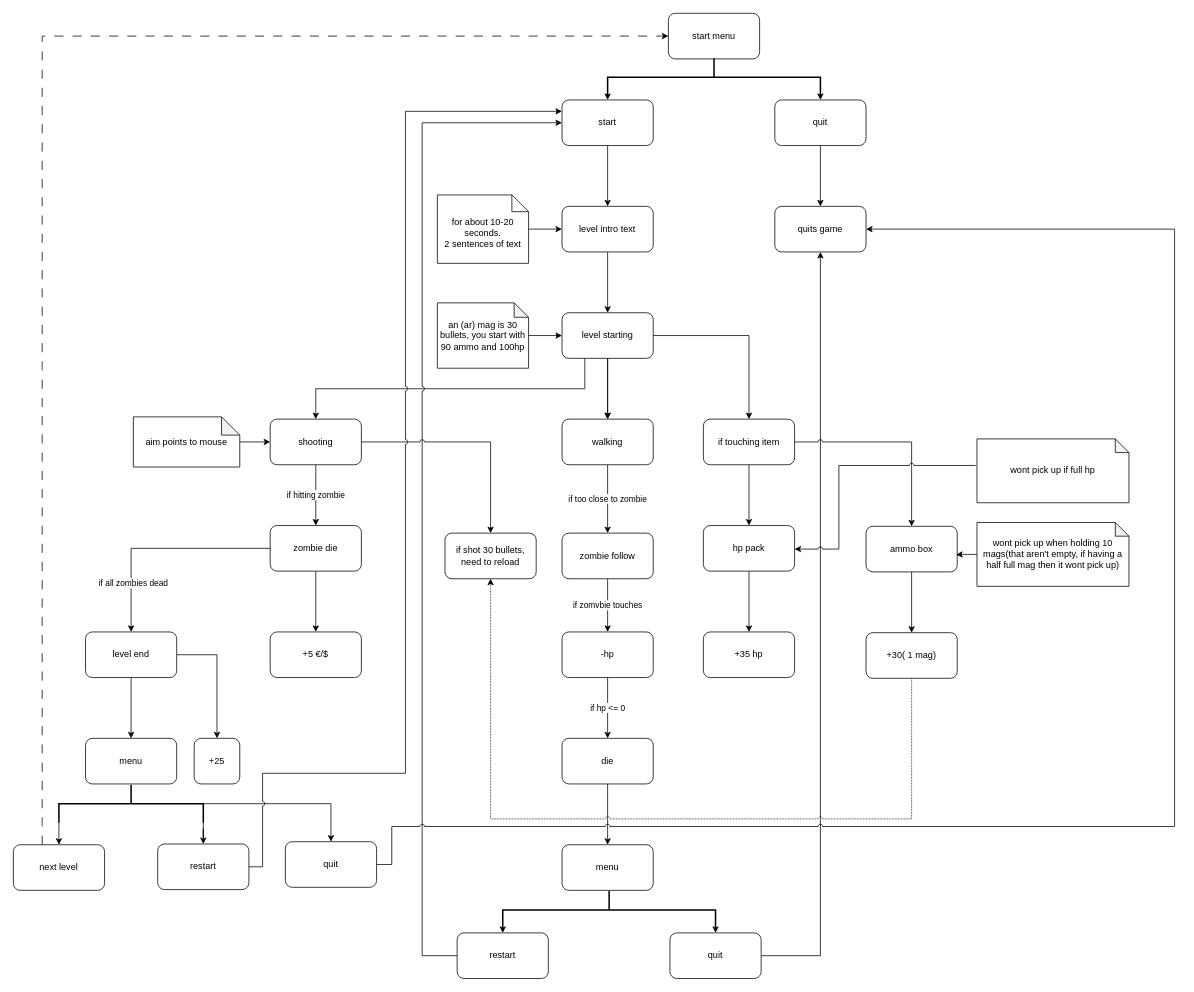
twin1nap/top-down-shooter keeps this draw.io diagram as flowchart.drawio. Above is the earlier version. Source tidied: cells renumbered, new cells numbered last; positions are measured from the earlier drawing's top-left corner, leaving out a move shared by most shapes. Both pictures are drawn from the tidied source at 76%, with x=0, y=0 at pixel (13, -30).
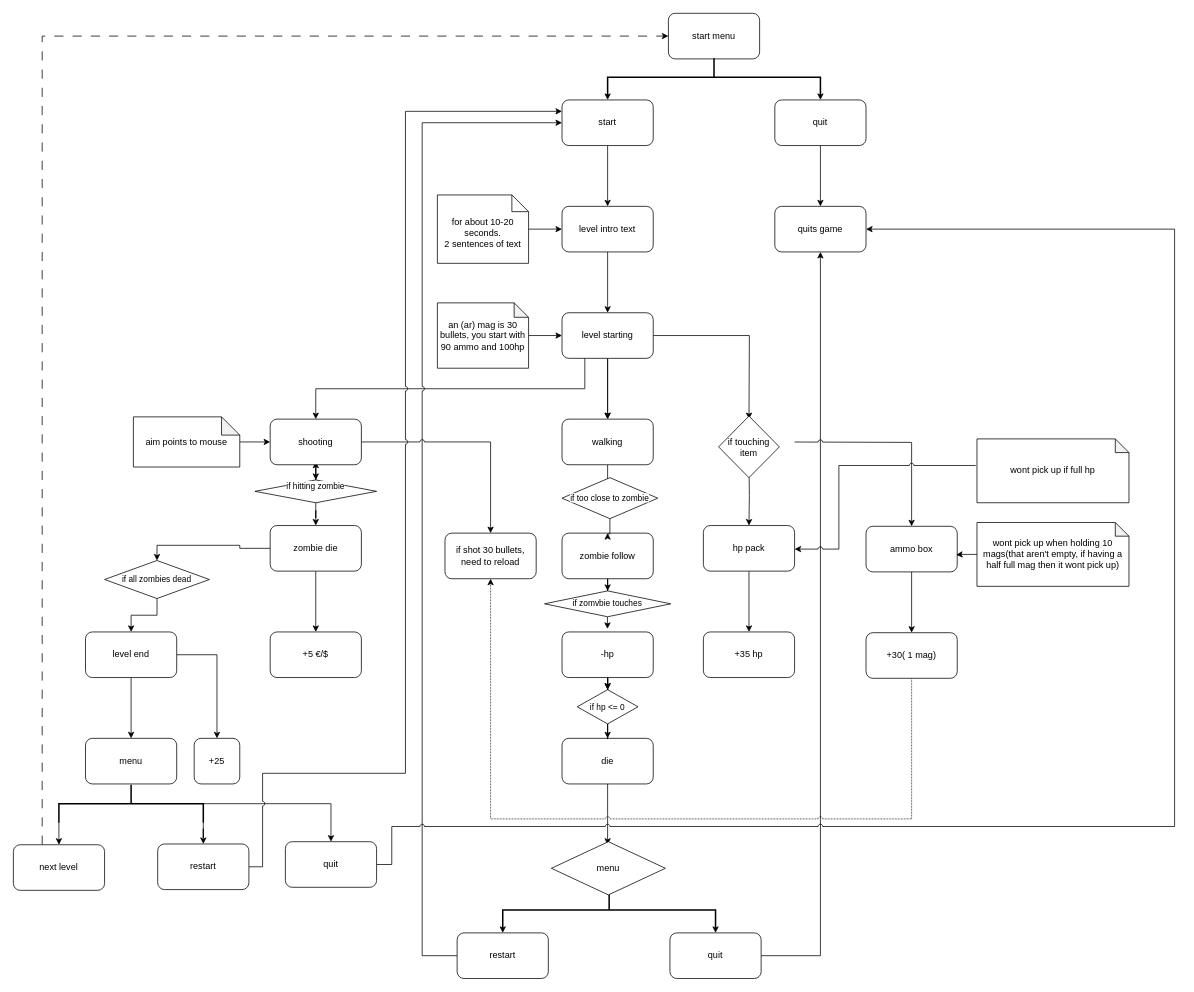
The same diagram, later.

Unchanged cells that the change refers to:
```xml
<mxCell id="10" value="level starting" style="whiteSpace=wrap;html=1;rounded=1;" parent="1" vertex="1">
  <mxGeometry x="722" y="450" width="120" height="60" as="geometry" />
</mxCell>
<mxCell id="21" value="walking" style="whiteSpace=wrap;html=1;rounded=1;" parent="1" vertex="1">
  <mxGeometry x="722" y="590" width="120" height="60" as="geometry" />
</mxCell>
<mxCell id="23" value="zombie follow" style="rounded=1;whiteSpace=wrap;html=1;" parent="1" vertex="1">
  <mxGeometry x="722" y="740" width="120" height="60" as="geometry" />
</mxCell>
<mxCell id="25" value="-hp" style="rounded=1;whiteSpace=wrap;html=1;" parent="1" vertex="1">
  <mxGeometry x="722" y="870" width="120" height="60" as="geometry" />
</mxCell>
<mxCell id="27" value="die" style="rounded=1;whiteSpace=wrap;html=1;" parent="1" vertex="1">
  <mxGeometry x="722" y="1010" width="120" height="60" as="geometry" />
</mxCell>
<mxCell id="40" value="hp pack" style="whiteSpace=wrap;html=1;rounded=1;" parent="1" vertex="1">
  <mxGeometry x="908" y="730" width="120" height="60" as="geometry" />
</mxCell>
<mxCell id="43" value="ammo box" style="whiteSpace=wrap;html=1;rounded=1;" parent="1" vertex="1">
  <mxGeometry x="1122" y="731" width="120" height="60" as="geometry" />
</mxCell>
<mxCell id="54" value="shooting" style="rounded=1;whiteSpace=wrap;html=1;" parent="1" vertex="1">
  <mxGeometry x="338" y="590" width="120" height="60" as="geometry" />
</mxCell>
<mxCell id="57" value="zombie die" style="whiteSpace=wrap;html=1;rounded=1;" parent="1" vertex="1">
  <mxGeometry x="338" y="730" width="120" height="60" as="geometry" />
</mxCell>
<mxCell id="64" value="level end" style="rounded=1;whiteSpace=wrap;html=1;" parent="1" vertex="1">
  <mxGeometry x="95" y="870" width="120" height="60" as="geometry" />
</mxCell>
```

Diff of the diagram source:
```diff
@@
-    <mxCell id="7" style="edgeStyle=orthogonalEdgeStyle;rounded=0;jettySize=auto;html=1;" parent="1" edge="1" source="10" target="38">
-      <mxGeometry relative="1" as="geometry" />
+    <mxCell id="7" style="edgeStyle=orthogonalEdgeStyle;rounded=0;jettySize=auto;html=1;" parent="1" edge="1" source="10">
+      <mxGeometry relative="1" as="geometry">
+        <mxPoint x="968" y="590" as="targetPoint" />
+      </mxGeometry>
     </mxCell>
@@
-    <mxCell id="20" value="if too close to zombie" style="edgeStyle=orthogonalEdgeStyle;rounded=0;jettySize=auto;html=1;entryX=0.5;entryY=0;entryDx=0;entryDy=0;" parent="1" edge="1" source="21" target="23">
-      <mxGeometry relative="1" as="geometry" />
-    </mxCell>
+    <mxCell id="77" style="edgeStyle=orthogonalEdgeStyle;rounded=0;jettySize=auto;html=1;" parent="1" edge="1" source="21" target="20">
+      <mxGeometry relative="1" as="geometry" />
+    </mxCell>
@@
-    <mxCell id="22" value="if zomvbie touches" style="edgeStyle=orthogonalEdgeStyle;rounded=0;jettySize=auto;html=1;entryX=0.5;entryY=0;entryDx=0;entryDy=0;" parent="1" edge="1" source="23" target="25">
-      <mxGeometry relative="1" as="geometry" />
-    </mxCell>
+    <mxCell id="78" style="edgeStyle=orthogonalEdgeStyle;rounded=0;jettySize=auto;html=1;" parent="1" edge="1" source="23" target="22">
+      <mxGeometry relative="1" as="geometry" />
+    </mxCell>
@@
-    <mxCell id="24" value="if hp &amp;lt;= 0" style="edgeStyle=orthogonalEdgeStyle;rounded=0;jettySize=auto;html=1;" parent="1" edge="1" source="25" target="27">
-      <mxGeometry relative="1" as="geometry" />
-    </mxCell>
+    <mxCell id="79" style="edgeStyle=orthogonalEdgeStyle;rounded=0;jettySize=auto;html=1;" parent="1" edge="1" source="25" target="24">
+      <mxGeometry relative="1" as="geometry" />
+    </mxCell>
+    <mxCell id="80" style="edgeStyle=orthogonalEdgeStyle;rounded=0;jettySize=auto;html=1;" parent="1" edge="1" source="25" target="24">
+      <mxGeometry relative="1" as="geometry" />
+    </mxCell>
@@
-    <mxCell id="26" style="edgeStyle=orthogonalEdgeStyle;rounded=0;jettySize=auto;html=1;" parent="1" edge="1" source="27" target="28">
-      <mxGeometry relative="1" as="geometry" />
+    <mxCell id="26" style="edgeStyle=orthogonalEdgeStyle;rounded=0;jettySize=auto;html=1;" parent="1" edge="1" source="27">
+      <mxGeometry relative="1" as="geometry">
+        <mxPoint x="782" y="1150" as="targetPoint" />
+      </mxGeometry>
     </mxCell>
@@
-    <mxCell id="28" value="menu" style="whiteSpace=wrap;html=1;rounded=1;" parent="1" vertex="1">
-      <mxGeometry x="722" y="1150" width="120" height="60" as="geometry" />
-    </mxCell>
@@
-    <mxCell id="36" style="edgeStyle=orthogonalEdgeStyle;rounded=0;jettySize=auto;html=1;" parent="1" edge="1" source="38" target="40">
-      <mxGeometry relative="1" as="geometry" />
+    <mxCell id="36" style="edgeStyle=orthogonalEdgeStyle;rounded=0;jettySize=auto;html=1;" parent="1" edge="1" target="40">
+      <mxGeometry relative="1" as="geometry">
+        <mxPoint x="968" y="650" as="sourcePoint" />
+      </mxGeometry>
     </mxCell>
-    <mxCell id="37" style="edgeStyle=orthogonalEdgeStyle;rounded=0;jettySize=auto;html=1;jumpStyle=arc;" parent="1" edge="1" source="38" target="43">
-      <mxGeometry relative="1" as="geometry" />
+    <mxCell id="37" style="edgeStyle=orthogonalEdgeStyle;rounded=0;jettySize=auto;html=1;jumpStyle=arc;" parent="1" edge="1" target="43">
+      <mxGeometry relative="1" as="geometry">
+        <mxPoint x="1028" y="620.1" as="sourcePoint" />
+      </mxGeometry>
     </mxCell>
-    <mxCell id="38" value="if touching item" style="whiteSpace=wrap;html=1;rounded=1;" parent="1" vertex="1">
-      <mxGeometry x="908" y="590" width="120" height="60" as="geometry" />
-    </mxCell>
@@
-    <mxCell id="52" value="if hitting zombie" style="edgeStyle=orthogonalEdgeStyle;rounded=0;jettySize=auto;html=1;" parent="1" edge="1" source="54" target="57">
-      <mxGeometry relative="1" as="geometry" />
+    <mxCell id="52" style="edgeStyle=orthogonalEdgeStyle;rounded=0;orthogonalLoop=1;jettySize=auto;html=1;" parent="1" edge="1">
+      <mxGeometry relative="1" as="geometry">
+        <mxPoint x="397" y="650" as="sourcePoint" />
+        <mxPoint x="398" y="646" as="targetPoint" />
+      </mxGeometry>
     </mxCell>
@@
+    <mxCell id="81" style="edgeStyle=orthogonalEdgeStyle;rounded=0;jettySize=auto;html=1;" parent="1" edge="1" source="54" target="83">
+      <mxGeometry relative="1" as="geometry" />
+    </mxCell>
@@
-    <mxCell id="56" value="if all zombies dead" style="edgeStyle=orthogonalEdgeStyle;rounded=0;jettySize=auto;html=1;" parent="1" edge="1" source="57" target="64">
+    <mxCell id="56" style="edgeStyle=orthogonalEdgeStyle;rounded=0;jettySize=auto;html=1;entryX=0.5;entryY=0;entryDx=0;entryDy=0;" parent="1" edge="1" source="57" target="88">
       <mxGeometry x="0.56" y="3" relative="1" as="geometry" />
     </mxCell>
@@
+    <mxCell id="82" style="edgeStyle=orthogonalEdgeStyle;rounded=0;jettySize=auto;html=1;" parent="1" edge="1" source="83" target="57">
+      <mxGeometry relative="1" as="geometry" />
+    </mxCell>
+    <mxCell id="83" value="&#10;&lt;span style=&quot;color: rgb(0, 0, 0); font-family: Helvetica; font-size: 11px; font-style: normal; font-variant-ligatures: normal; font-variant-caps: normal; font-weight: 400; letter-spacing: normal; orphans: 2; text-align: center; text-indent: 0px; text-transform: none; widows: 2; word-spacing: 0px; -webkit-text-stroke-width: 0px; white-space: nowrap; background-color: rgb(255, 255, 255); text-decoration-thickness: initial; text-decoration-style: initial; text-decoration-color: initial; display: inline !important; float: none;&quot;&gt;if hitting zombie&lt;/span&gt;&#10;&#10;" style="rhombus;whiteSpace=wrap;html=1;" parent="1" vertex="1">
+      <mxGeometry x="318" y="670" width="160" height="30" as="geometry" />
+    </mxCell>
+    <mxCell id="38" value="if touching item" style="rhombus;whiteSpace=wrap;html=1;" parent="1" vertex="1">
+      <mxGeometry x="928" y="586" width="80" height="81" as="geometry" />
+    </mxCell>
+    <mxCell id="84" style="edgeStyle=orthogonalEdgeStyle;rounded=0;jettySize=auto;html=1;" parent="1" edge="1" source="24" target="27">
+      <mxGeometry relative="1" as="geometry" />
+    </mxCell>
+    <mxCell id="24" value="&lt;span style=&quot;font-size: 11px; text-wrap-mode: nowrap; background-color: rgb(255, 255, 255);&quot;&gt;if hp &amp;lt;= 0&lt;/span&gt;" style="rhombus;whiteSpace=wrap;html=1;" parent="1" vertex="1">
+      <mxGeometry x="742" y="946" width="80" height="45" as="geometry" />
+    </mxCell>
+    <mxCell id="85" style="edgeStyle=orthogonalEdgeStyle;rounded=0;orthogonalLoop=1;jettySize=auto;html=1;" parent="1" edge="1">
+      <mxGeometry relative="1" as="geometry">
+        <mxPoint x="781.8" y="850" as="sourcePoint" />
+        <mxPoint x="781.8" y="866" as="targetPoint" />
+      </mxGeometry>
+    </mxCell>
+    <mxCell id="22" value="&lt;span style=&quot;font-size: 11px; text-wrap-mode: nowrap; background-color: rgb(255, 255, 255);&quot;&gt;if zomvbie touches&lt;/span&gt;" style="rhombus;whiteSpace=wrap;html=1;" parent="1" vertex="1">
+      <mxGeometry x="699" y="816" width="166" height="34" as="geometry" />
+    </mxCell>
+    <mxCell id="86" style="edgeStyle=orthogonalEdgeStyle;rounded=0;jettySize=auto;html=1;entryX=0.5;entryY=0;entryDx=0;entryDy=0;" parent="1" edge="1" source="20" target="23">
+      <mxGeometry relative="1" as="geometry" />
+    </mxCell>
+    <mxCell id="20" value="&lt;span style=&quot;font-size: 11px; text-wrap-mode: nowrap; background-color: rgb(255, 255, 255);&quot;&gt;if too close to zombie&lt;/span&gt;" style="rhombus;whiteSpace=wrap;html=1;" parent="1" vertex="1">
+      <mxGeometry x="722" y="667" width="126" height="54" as="geometry" />
+    </mxCell>
+    <mxCell id="87" style="edgeStyle=orthogonalEdgeStyle;rounded=0;jettySize=auto;html=1;" parent="1" edge="1" source="88" target="64">
+      <mxGeometry relative="1" as="geometry" />
+    </mxCell>
+    <mxCell id="88" value="&lt;span style=&quot;font-size: 11px; text-wrap-mode: nowrap; background-color: rgb(255, 255, 255);&quot;&gt;if all zombies dead&lt;/span&gt;" style="rhombus;whiteSpace=wrap;html=1;" parent="1" vertex="1">
+      <mxGeometry x="120.1" y="776" width="137.9" height="50" as="geometry" />
+    </mxCell>
+    <mxCell id="28" value="menu" style="rhombus;whiteSpace=wrap;html=1;" parent="1" vertex="1">
+      <mxGeometry x="708" y="1146" width="150" height="70" as="geometry" />
+    </mxCell>
```
